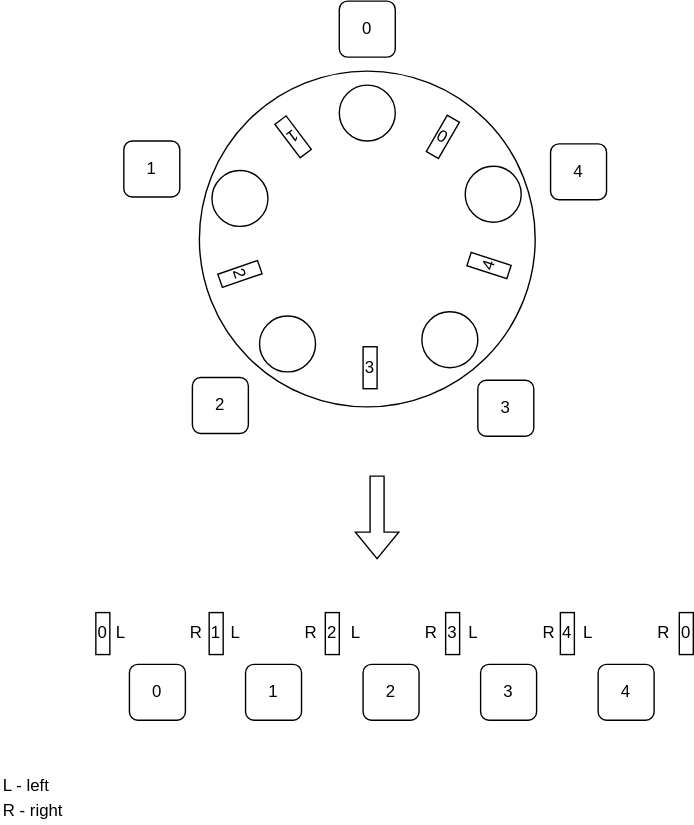
Before: draw.svg, a diagram exported from draw.io (Olegt0rr/Foolosophy). Source tidied: cells renumbered, new cells last; positions are measured from the earlier drawing's top-left corner, leaving out a move shared by most shapes.
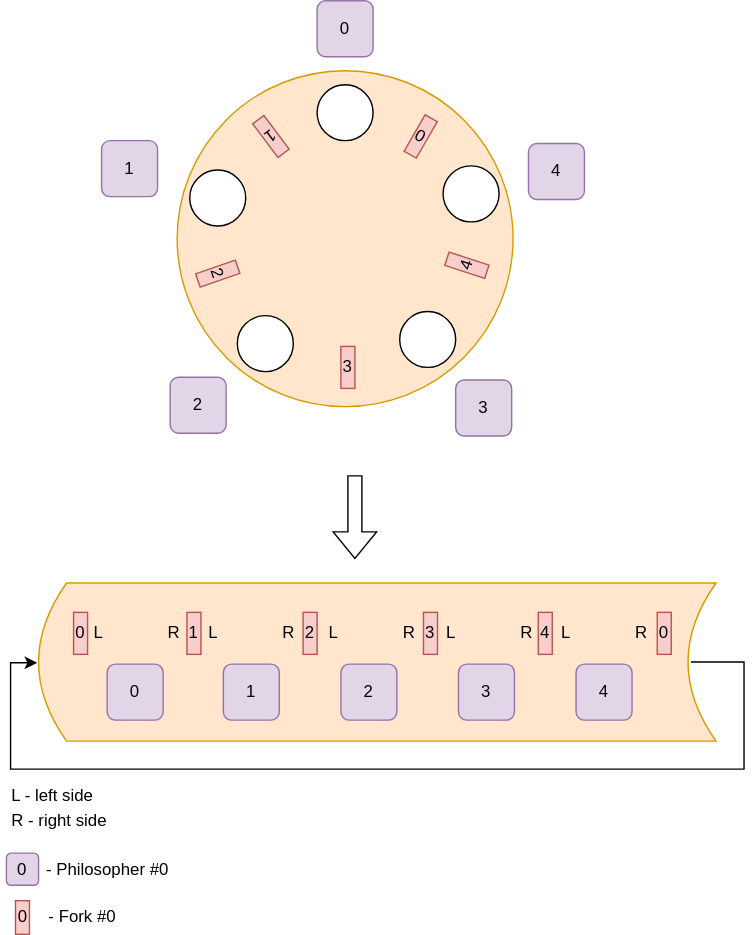
The same file after the commit.

Change to the diagram source:
```diff
@@ -2,6 +2,20 @@
   <root>
     <mxCell id="0" />
     <mxCell id="1" parent="0" />
+    <mxCell id="53" style="edgeStyle=orthogonalEdgeStyle;rounded=0;jettySize=auto;html=1;exitX=0.963;exitY=0.5;exitDx=0;exitDy=0;exitPerimeter=0;" parent="1" edge="1" source="54">
+      <mxGeometry relative="1" as="geometry">
+        <mxPoint x="42" y="473" as="targetPoint" />
+        <Array as="points">
+          <mxPoint x="547" y="473" />
+          <mxPoint x="547" y="549" />
+          <mxPoint x="23" y="549" />
+          <mxPoint x="23" y="473" />
+        </Array>
+      </mxGeometry>
+    </mxCell>
+    <mxCell id="54" style="shape=dataStorage;whiteSpace=wrap;html=1;fixedSize=1;fontFamily=Helvetica;fontSize=12;fontColor=#000000;align=left;strokeColor=#d79b00;fillColor=#ffe6cc;" parent="1" vertex="1">
+      <mxGeometry x="43" y="416" width="484" height="113" as="geometry" />
+    </mxCell>
     <mxCell id="2" style="shape=flexArrow;endArrow=classic;html=1;rounded=0;" parent="1" edge="1">
       <mxGeometry relative="1" as="geometry">
         <mxPoint x="269" y="339" as="sourcePoint" />
@@ -9,33 +23,33 @@
       </mxGeometry>
     </mxCell>
     <mxCell id="3" style="group;" parent="1" vertex="1">
-      <mxGeometry y="552" width="58" height="36" as="geometry" />
+      <mxGeometry x="22" y="559" width="144" height="36" as="geometry" />
     </mxCell>
-    <mxCell id="4" value="L - left" style="text;html=1;strokeColor=none;fillColor=none;align=left;verticalAlign=middle;whiteSpace=wrap;rounded=0;" parent="3" vertex="1">
-      <mxGeometry width="58" height="18" as="geometry" />
+    <mxCell id="4" value="L - left side" style="text;html=1;strokeColor=none;fillColor=none;align=left;verticalAlign=middle;whiteSpace=wrap;rounded=0;" parent="3" vertex="1">
+      <mxGeometry width="144" height="18" as="geometry" />
     </mxCell>
-    <mxCell id="5" value="R - right" style="text;html=1;strokeColor=none;fillColor=none;align=left;verticalAlign=middle;whiteSpace=wrap;rounded=0;" parent="3" vertex="1">
-      <mxGeometry y="18" width="58" height="18" as="geometry" />
+    <mxCell id="5" value="R - right side" style="text;html=1;strokeColor=none;fillColor=none;align=left;verticalAlign=middle;whiteSpace=wrap;rounded=0;" parent="3" vertex="1">
+      <mxGeometry y="18" width="118" height="18" as="geometry" />
     </mxCell>
-    <mxCell id="6" style="group;" parent="1" vertex="1">
+    <mxCell id="6" style="group;fillColor=none;" parent="1" vertex="1">
       <mxGeometry x="68" y="437" width="427" height="77" as="geometry" />
     </mxCell>
-    <mxCell id="7" style="group;" parent="6" vertex="1">
+    <mxCell id="7" style="group;fillColor=none;" parent="6" vertex="1">
       <mxGeometry x="24" y="37" width="375" height="40" as="geometry" />
     </mxCell>
-    <mxCell id="8" value="0" style="rounded=1;whiteSpace=wrap;html=1;" parent="7" vertex="1">
+    <mxCell id="8" value="0" style="rounded=1;whiteSpace=wrap;html=1;fillColor=#e1d5e7;strokeColor=#9673a6;" parent="7" vertex="1">
       <mxGeometry width="40" height="40" as="geometry" />
     </mxCell>
-    <mxCell id="9" value="1" style="rounded=1;whiteSpace=wrap;html=1;" parent="7" vertex="1">
+    <mxCell id="9" value="1" style="rounded=1;whiteSpace=wrap;html=1;fillColor=#e1d5e7;strokeColor=#9673a6;" parent="7" vertex="1">
       <mxGeometry x="83" width="40" height="40" as="geometry" />
     </mxCell>
-    <mxCell id="10" value="2" style="rounded=1;whiteSpace=wrap;html=1;" parent="7" vertex="1">
+    <mxCell id="10" value="2" style="rounded=1;whiteSpace=wrap;html=1;fillColor=#e1d5e7;strokeColor=#9673a6;" parent="7" vertex="1">
       <mxGeometry x="167" width="40" height="40" as="geometry" />
     </mxCell>
-    <mxCell id="11" value="3" style="rounded=1;whiteSpace=wrap;html=1;" parent="7" vertex="1">
+    <mxCell id="11" value="3" style="rounded=1;whiteSpace=wrap;html=1;fillColor=#e1d5e7;strokeColor=#9673a6;" parent="7" vertex="1">
       <mxGeometry x="251" width="40" height="40" as="geometry" />
     </mxCell>
-    <mxCell id="12" value="4" style="rounded=1;whiteSpace=wrap;html=1;" parent="7" vertex="1">
+    <mxCell id="12" value="4" style="rounded=1;whiteSpace=wrap;html=1;fillColor=#e1d5e7;strokeColor=#9673a6;" parent="7" vertex="1">
       <mxGeometry x="335" width="40" height="40" as="geometry" />
     </mxCell>
     <mxCell id="13" style="group;" parent="6" vertex="1">
@@ -44,22 +58,22 @@
     <mxCell id="14" style="group;" parent="13" vertex="1">
       <mxGeometry width="427" height="30" as="geometry" />
     </mxCell>
-    <mxCell id="15" value="1" style="rounded=0;whiteSpace=wrap;html=1;" parent="14" vertex="1">
+    <mxCell id="15" value="1" style="rounded=0;whiteSpace=wrap;html=1;fillColor=#f8cecc;strokeColor=#b85450;" parent="14" vertex="1">
       <mxGeometry x="81" width="10" height="30" as="geometry" />
     </mxCell>
-    <mxCell id="16" value="0" style="rounded=0;whiteSpace=wrap;html=1;" parent="14" vertex="1">
+    <mxCell id="16" value="0" style="rounded=0;whiteSpace=wrap;html=1;fillColor=#f8cecc;strokeColor=#b85450;" parent="14" vertex="1">
       <mxGeometry width="10" height="30" as="geometry" />
     </mxCell>
-    <mxCell id="17" value="0" style="rounded=0;whiteSpace=wrap;html=1;" parent="14" vertex="1">
+    <mxCell id="17" value="0" style="rounded=0;whiteSpace=wrap;html=1;fillColor=#f8cecc;strokeColor=#b85450;" parent="14" vertex="1">
       <mxGeometry x="417" width="10" height="30" as="geometry" />
     </mxCell>
-    <mxCell id="18" value="2" style="rounded=0;whiteSpace=wrap;html=1;" parent="14" vertex="1">
+    <mxCell id="18" value="2" style="rounded=0;whiteSpace=wrap;html=1;fillColor=#f8cecc;strokeColor=#b85450;" parent="14" vertex="1">
       <mxGeometry x="164" width="10" height="30" as="geometry" />
     </mxCell>
-    <mxCell id="19" value="3" style="rounded=0;whiteSpace=wrap;html=1;" parent="14" vertex="1">
+    <mxCell id="19" value="3" style="rounded=0;whiteSpace=wrap;html=1;fillColor=#f8cecc;strokeColor=#b85450;" parent="14" vertex="1">
       <mxGeometry x="250" width="10" height="30" as="geometry" />
     </mxCell>
-    <mxCell id="20" value="4" style="rounded=0;whiteSpace=wrap;html=1;" parent="14" vertex="1">
+    <mxCell id="20" value="4" style="rounded=0;whiteSpace=wrap;html=1;fillColor=#f8cecc;strokeColor=#b85450;" parent="14" vertex="1">
       <mxGeometry x="332" width="10" height="30" as="geometry" />
     </mxCell>
     <mxCell id="21" style="group;" parent="13" vertex="1">
@@ -110,22 +124,22 @@
     <mxCell id="36" style="group;" parent="1" vertex="1">
       <mxGeometry x="88" width="345" height="311" as="geometry" />
     </mxCell>
-    <mxCell id="37" style="ellipse;whiteSpace=wrap;html=1;" parent="36" vertex="1">
+    <mxCell id="37" style="ellipse;whiteSpace=wrap;html=1;fillColor=#ffe6cc;strokeColor=#d79b00;" parent="36" vertex="1">
       <mxGeometry x="54" y="50" width="240" height="240" as="geometry" />
     </mxCell>
-    <mxCell id="38" value="0" style="rounded=1;whiteSpace=wrap;html=1;" parent="36" vertex="1">
+    <mxCell id="38" value="0" style="rounded=1;whiteSpace=wrap;html=1;fillColor=#e1d5e7;strokeColor=#9673a6;" parent="36" vertex="1">
       <mxGeometry x="154" width="40" height="40" as="geometry" />
     </mxCell>
-    <mxCell id="39" value="1" style="rounded=1;whiteSpace=wrap;html=1;" parent="36" vertex="1">
+    <mxCell id="39" value="1" style="rounded=1;whiteSpace=wrap;html=1;fillColor=#e1d5e7;strokeColor=#9673a6;" parent="36" vertex="1">
       <mxGeometry y="100" width="40" height="40" as="geometry" />
     </mxCell>
-    <mxCell id="40" value="4" style="rounded=1;whiteSpace=wrap;html=1;" parent="36" vertex="1">
+    <mxCell id="40" value="4" style="rounded=1;whiteSpace=wrap;html=1;fillColor=#e1d5e7;strokeColor=#9673a6;" parent="36" vertex="1">
       <mxGeometry x="305" y="102" width="40" height="40" as="geometry" />
     </mxCell>
-    <mxCell id="41" value="3" style="rounded=1;whiteSpace=wrap;html=1;" parent="36" vertex="1">
+    <mxCell id="41" value="3" style="rounded=1;whiteSpace=wrap;html=1;fillColor=#e1d5e7;strokeColor=#9673a6;" parent="36" vertex="1">
       <mxGeometry x="253" y="271" width="40" height="40" as="geometry" />
     </mxCell>
-    <mxCell id="42" value="2" style="rounded=1;whiteSpace=wrap;html=1;" parent="36" vertex="1">
+    <mxCell id="42" value="2" style="rounded=1;whiteSpace=wrap;html=1;fillColor=#e1d5e7;strokeColor=#9673a6;" parent="36" vertex="1">
       <mxGeometry x="49" y="269" width="40" height="40" as="geometry" />
     </mxCell>
     <mxCell id="43" style="ellipse;whiteSpace=wrap;html=1;" parent="36" vertex="1">
@@ -143,20 +157,32 @@
     <mxCell id="47" style="ellipse;whiteSpace=wrap;html=1;" parent="36" vertex="1">
       <mxGeometry x="63" y="121" width="40" height="40" as="geometry" />
     </mxCell>
-    <mxCell id="48" value="3" style="rounded=0;whiteSpace=wrap;html=1;" parent="36" vertex="1">
+    <mxCell id="48" value="3" style="rounded=0;whiteSpace=wrap;html=1;fillColor=#f8cecc;strokeColor=#b85450;" parent="36" vertex="1">
       <mxGeometry x="171" y="247" width="10" height="30" as="geometry" />
     </mxCell>
-    <mxCell id="49" value="0" style="rounded=0;whiteSpace=wrap;html=1;rotation=30;" parent="36" vertex="1">
+    <mxCell id="49" value="0" style="rounded=0;whiteSpace=wrap;html=1;rotation=30;fillColor=#f8cecc;strokeColor=#b85450;" parent="36" vertex="1">
       <mxGeometry x="223" y="82" width="10" height="30" as="geometry" />
     </mxCell>
-    <mxCell id="50" value="4" style="rounded=0;whiteSpace=wrap;html=1;rotation=-72;" parent="36" vertex="1">
+    <mxCell id="50" value="4" style="rounded=0;whiteSpace=wrap;html=1;rotation=-72;fillColor=#f8cecc;strokeColor=#b85450;" parent="36" vertex="1">
       <mxGeometry x="256" y="174" width="10" height="30" as="geometry" />
     </mxCell>
-    <mxCell id="51" value="2" style="rounded=0;whiteSpace=wrap;html=1;rotation=71;" parent="36" vertex="1">
+    <mxCell id="51" value="2" style="rounded=0;whiteSpace=wrap;html=1;rotation=71;fillColor=#f8cecc;strokeColor=#b85450;" parent="36" vertex="1">
       <mxGeometry x="78" y="180" width="10" height="30" as="geometry" />
     </mxCell>
-    <mxCell id="52" value="1" style="rounded=0;whiteSpace=wrap;html=1;rotation=143;" parent="36" vertex="1">
+    <mxCell id="52" value="1" style="rounded=0;whiteSpace=wrap;html=1;rotation=143;fillColor=#f8cecc;strokeColor=#b85450;" parent="36" vertex="1">
       <mxGeometry x="116" y="82" width="10" height="30" as="geometry" />
     </mxCell>
+    <mxCell id="55" value="0" style="rounded=1;whiteSpace=wrap;html=1;fillColor=#e1d5e7;strokeColor=#9673a6;" parent="1" vertex="1">
+      <mxGeometry x="20" y="609" width="23" height="23" as="geometry" />
+    </mxCell>
+    <mxCell id="56" value="- Philosopher #0" style="text;html=1;align=center;verticalAlign=middle;strokeColor=none;fillColor=none;" parent="1" vertex="1">
+      <mxGeometry x="43" y="611.5" width="98" height="18" as="geometry" />
+    </mxCell>
+    <mxCell id="57" value="0" style="rounded=0;whiteSpace=wrap;html=1;fillColor=#f8cecc;strokeColor=#b85450;" parent="1" vertex="1">
+      <mxGeometry x="26.5" y="643" width="10" height="24" as="geometry" />
+    </mxCell>
+    <mxCell id="58" value="- Fork #0" style="text;html=1;align=center;verticalAlign=middle;strokeColor=none;fillColor=none;" parent="1" vertex="1">
+      <mxGeometry x="45" y="646" width="58" height="18" as="geometry" />
+    </mxCell>
   </root>
 </mxGraphModel>
```
